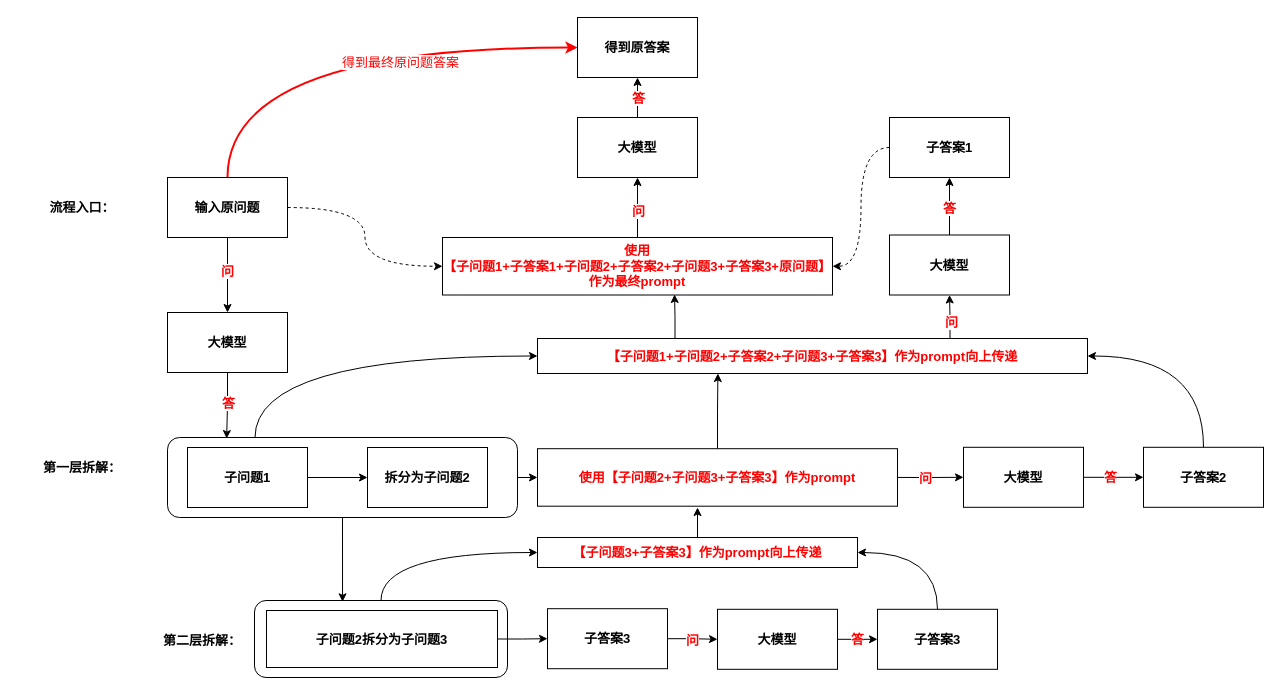
Orion34-lanbo/draw.io keeps this draw.io diagram as 思维链.drawio. Above is the earlier version. Source tidied: cells renumbered, new cells numbered last; positions are measured from the earlier drawing's top-left corner, leaving out a move shared by most shapes. Both pictures are drawn from the tidied source at 100%, with x=0, y=0 at pixel (17, 17).
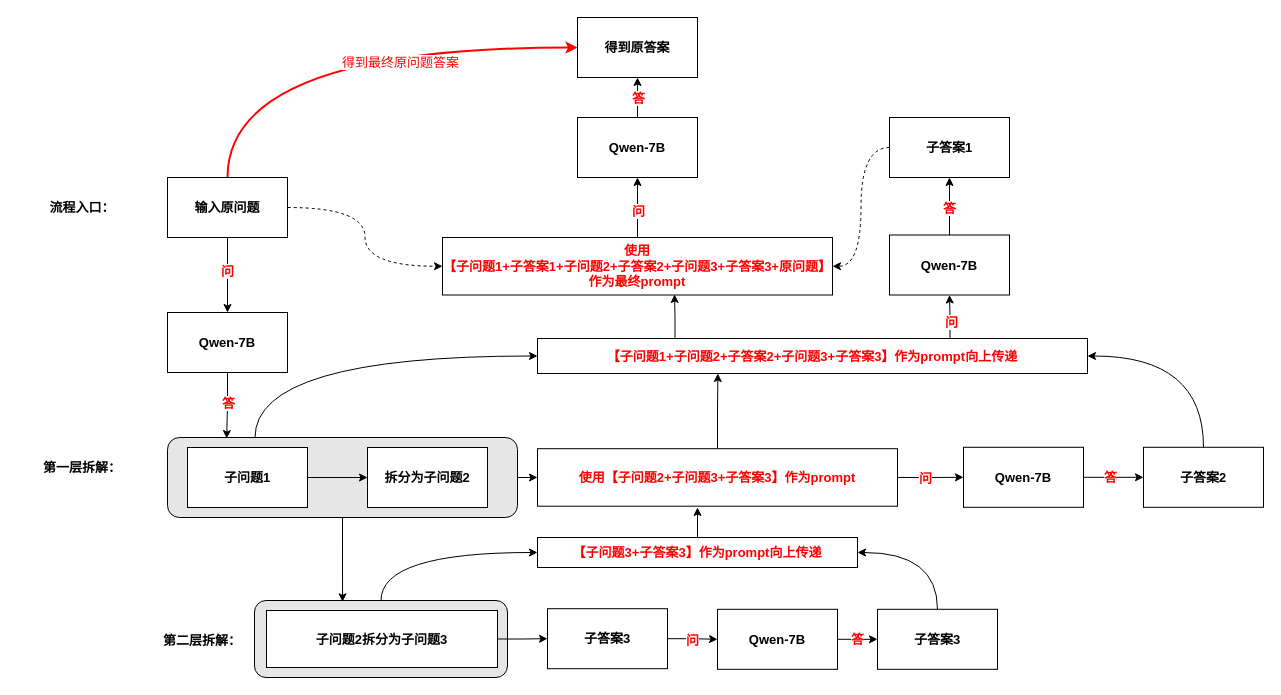
The same diagram, later.

Commit message (it also covers changes not shown here):
更新思维链.drawio

What changed in the source:
```diff
@@
-    <mxCell id="11" value="&lt;font style=&quot;font-size: 13px;&quot;&gt;&lt;b style=&quot;font-size: 13px;&quot;&gt;大模型&lt;br style=&quot;font-size: 13px;&quot;&gt;&lt;/b&gt;&lt;/font&gt;" style="rounded=0;whiteSpace=wrap;html=1;fontSize=13;" parent="1" vertex="1">
+    <mxCell id="11" value="&lt;font style=&quot;font-size: 13px;&quot;&gt;&lt;b style=&quot;font-size: 13px;&quot;&gt;Qwen-7B&lt;br style=&quot;font-size: 13px;&quot;&gt;&lt;/b&gt;&lt;/font&gt;" style="rounded=0;whiteSpace=wrap;html=1;fontSize=13;" parent="1" vertex="1">
       <mxGeometry x="150" y="295" width="120" height="60" as="geometry" />
     </mxCell>
@@
-    <mxCell id="16" style="rounded=1;whiteSpace=wrap;html=1;fontSize=13;" parent="1" vertex="1">
+    <mxCell id="16" style="rounded=1;whiteSpace=wrap;html=1;fontSize=13;fillColor=#E6E6E6;" parent="1" vertex="1">
       <mxGeometry x="150" y="420" width="350" height="80" as="geometry" />
     </mxCell>
@@
-    <mxCell id="30" value="&lt;span style=&quot;font-size: 13px;&quot;&gt;&lt;b style=&quot;font-size: 13px;&quot;&gt;大模型&lt;/b&gt;&lt;/span&gt;" style="rounded=0;whiteSpace=wrap;html=1;fontSize=13;" parent="1" vertex="1">
+    <mxCell id="30" value="&lt;b style=&quot;border-color: var(--border-color);&quot;&gt;Qwen-7B&lt;/b&gt;" style="rounded=0;whiteSpace=wrap;html=1;fontSize=13;" parent="1" vertex="1">
       <mxGeometry x="946" y="429.8" width="120" height="60" as="geometry" />
     </mxCell>
@@
-    <mxCell id="34" style="rounded=1;whiteSpace=wrap;html=1;fontSize=13;" parent="1" vertex="1">
+    <mxCell id="34" style="rounded=1;whiteSpace=wrap;html=1;fontSize=13;fillColor=#E6E6E6;" parent="1" vertex="1">
       <mxGeometry x="237" y="583" width="253" height="77" as="geometry" />
     </mxCell>
@@
-    <mxCell id="44" value="&lt;span style=&quot;font-size: 13px;&quot;&gt;&lt;b style=&quot;font-size: 13px;&quot;&gt;大模型&lt;/b&gt;&lt;/span&gt;" style="rounded=0;whiteSpace=wrap;html=1;fontSize=13;" parent="1" vertex="1">
+    <mxCell id="44" value="&lt;b style=&quot;border-color: var(--border-color);&quot;&gt;Qwen-7B&lt;/b&gt;" style="rounded=0;whiteSpace=wrap;html=1;fontSize=13;" parent="1" vertex="1">
       <mxGeometry x="700" y="591.8" width="120" height="60" as="geometry" />
     </mxCell>
@@
-    <mxCell id="52" value="&lt;span style=&quot;font-size: 13px;&quot;&gt;&lt;b style=&quot;font-size: 13px;&quot;&gt;大模型&lt;/b&gt;&lt;/span&gt;" style="rounded=0;whiteSpace=wrap;html=1;fontSize=13;" parent="1" vertex="1">
+    <mxCell id="52" value="&lt;b style=&quot;border-color: var(--border-color);&quot;&gt;Qwen-7B&lt;/b&gt;" style="rounded=0;whiteSpace=wrap;html=1;fontSize=13;" parent="1" vertex="1">
       <mxGeometry x="872" y="217.5" width="120" height="60" as="geometry" />
     </mxCell>
@@
-    <mxCell id="57" value="&lt;span style=&quot;font-size: 13px;&quot;&gt;&lt;b style=&quot;font-size: 13px;&quot;&gt;大模型&lt;/b&gt;&lt;/span&gt;" style="rounded=0;whiteSpace=wrap;html=1;fontSize=13;" parent="1" vertex="1">
+    <mxCell id="57" value="&lt;b style=&quot;border-color: var(--border-color);&quot;&gt;Qwen-7B&lt;/b&gt;" style="rounded=0;whiteSpace=wrap;html=1;fontSize=13;" parent="1" vertex="1">
       <mxGeometry x="560" y="100" width="120" height="60" as="geometry" />
     </mxCell>
```
